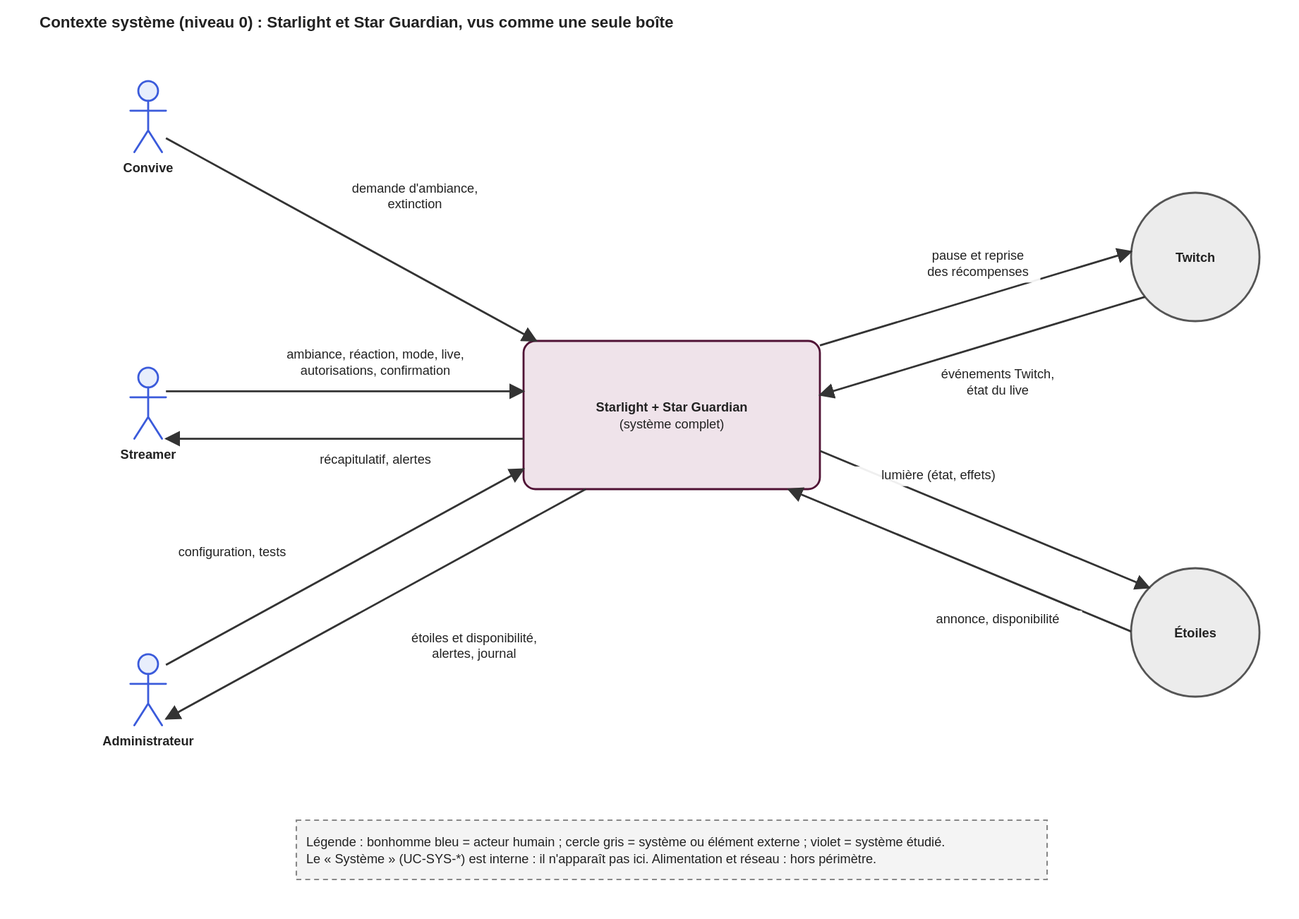
Has-san/Starlight keeps this draw.io diagram as docs/02-specifications/contexte-systeme.drawio.svg. Above is the earlier version. Source tidied: cells renumbered, new cells last; positions are measured from the earlier drawing's top-left corner, leaving out a move shared by most shapes.
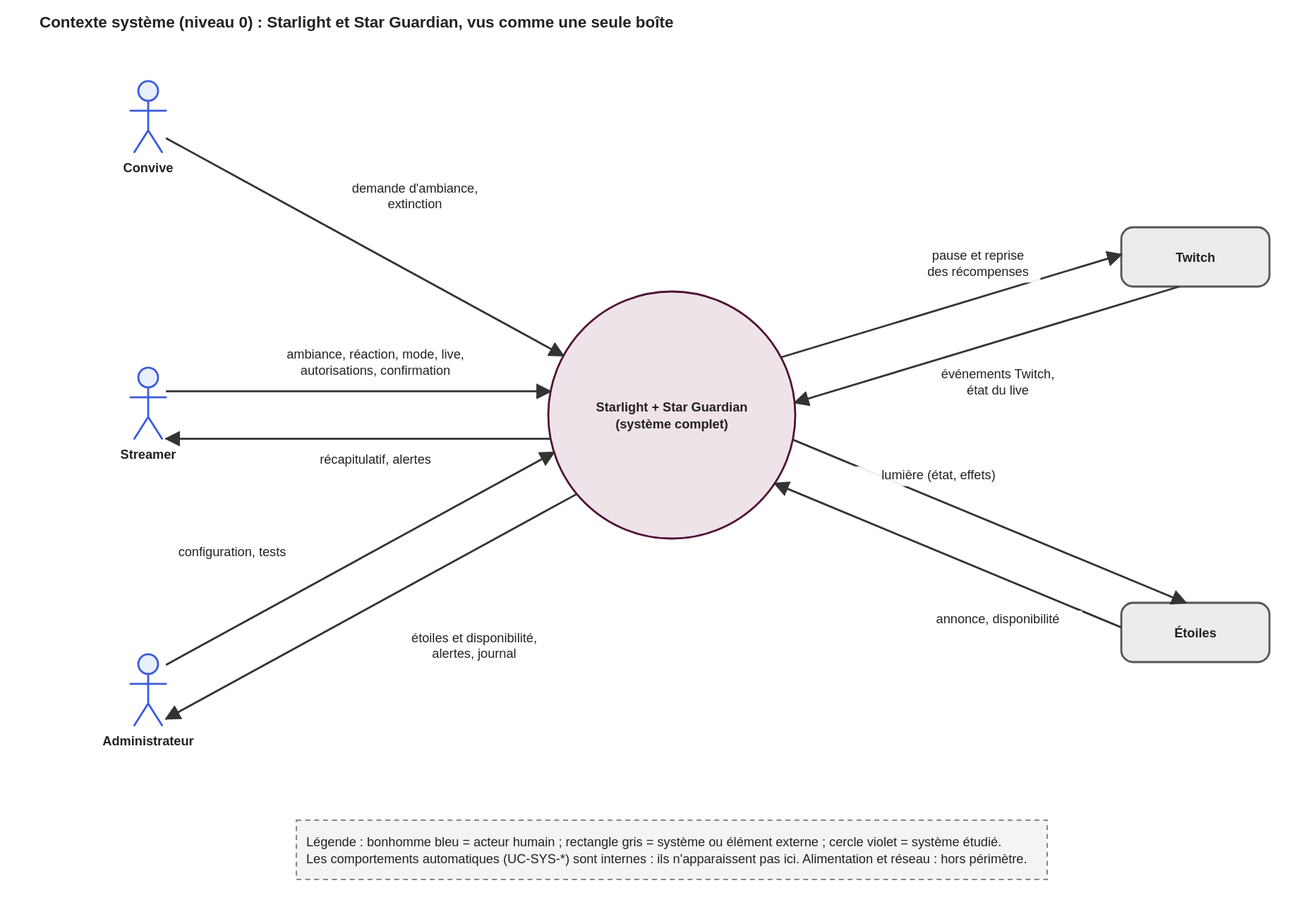
The same diagram one commit later.

Commit message:
docs: suivre la notation standard du diagramme de contexte (cercle pour le système, rectangles pour les externes)

Claude-Session: https://claude.ai/code/session_019Qt1ZNcs26i7ZgavyR8azT

The edit, as a diff of the source:
```diff
@@ -11,16 +11,16 @@
     <mxCell id="4" value="Administrateur" style="shape=umlActor;verticalLabelPosition=bottom;verticalAlign=top;html=1;outlineConnect=0;fillColor=#e8eefc;strokeColor=#3b5bdb;strokeWidth=2;fontSize=13;fontStyle=1;" parent="1" vertex="1">
       <mxGeometry y="580" width="36" height="72" as="geometry" />
     </mxCell>
-    <mxCell id="5" value="Twitch" style="ellipse;whiteSpace=wrap;html=1;fillColor=#ececec;strokeColor=#555555;strokeWidth=2;fontSize=13;fontStyle=1;" parent="1" vertex="1">
-      <mxGeometry x="1013" y="113" width="130" height="130" as="geometry" />
+    <mxCell id="5" value="Twitch" style="rounded=1;whiteSpace=wrap;html=1;fillColor=#ececec;strokeColor=#555555;strokeWidth=2;fontSize=13;" parent="1" vertex="1">
+      <mxGeometry x="1003" y="148" width="150" height="60" as="geometry" />
     </mxCell>
-    <mxCell id="6" value="Étoiles" style="ellipse;whiteSpace=wrap;html=1;fillColor=#ececec;strokeColor=#555555;strokeWidth=2;fontSize=13;fontStyle=1;" parent="1" vertex="1">
-      <mxGeometry x="1013" y="493" width="130" height="130" as="geometry" />
+    <mxCell id="6" value="Étoiles" style="rounded=1;whiteSpace=wrap;html=1;fillColor=#ececec;strokeColor=#555555;strokeWidth=2;fontSize=13;" parent="1" vertex="1">
+      <mxGeometry x="1003" y="528" width="150" height="60" as="geometry" />
     </mxCell>
-    <mxCell id="7" value="Starlight + Star Guardian&lt;br&gt;(système complet)" style="rounded=1;whiteSpace=wrap;html=1;fillColor=#efe3ea;strokeColor=#501235;strokeWidth=2;fontSize=13;" parent="1" vertex="1">
-      <mxGeometry x="398" y="263" width="300" height="150" as="geometry" />
+    <mxCell id="7" value="Starlight + Star Guardian&lt;br&gt;(système complet)" style="ellipse;whiteSpace=wrap;html=1;fillColor=#efe3ea;strokeColor=#501235;strokeWidth=2;fontSize=13;fontStyle=1;" parent="1" vertex="1">
+      <mxGeometry x="423" y="213" width="250" height="250" as="geometry" />
     </mxCell>
-    <mxCell id="8" value="Légende : bonhomme bleu = acteur humain ; cercle gris = système ou élément externe ; violet = système étudié.&lt;br&gt;Le « Système » (UC-SYS-*) est interne : il n'apparaît pas ici. Alimentation et réseau : hors périmètre." style="rounded=0;dashed=1;align=left;spacingLeft=8;whiteSpace=wrap;html=1;fillColor=#f4f4f4;strokeColor=#888888;strokeWidth=2;fontSize=13;" parent="1" vertex="1">
+    <mxCell id="8" value="Légende : bonhomme bleu = acteur humain ; rectangle gris = système ou élément externe ; cercle violet = système étudié.&lt;br&gt;Les comportements automatiques (UC-SYS-*) sont internes : ils n'apparaissent pas ici. Alimentation et réseau : hors périmètre." style="rounded=0;dashed=1;align=left;spacingLeft=8;whiteSpace=wrap;html=1;fillColor=#f4f4f4;strokeColor=#888888;strokeWidth=2;fontSize=13;" parent="1" vertex="1">
       <mxGeometry x="168" y="748" width="760" height="60" as="geometry" />
     </mxCell>
     <mxCell id="9" value="demande d'ambiance,&lt;br&gt;extinction" style="edgeStyle=none;html=1;endArrow=block;strokeWidth=2;fontSize=13;labelBackgroundColor=#ffffff;" parent="1" edge="1" source="2" target="7">
```
